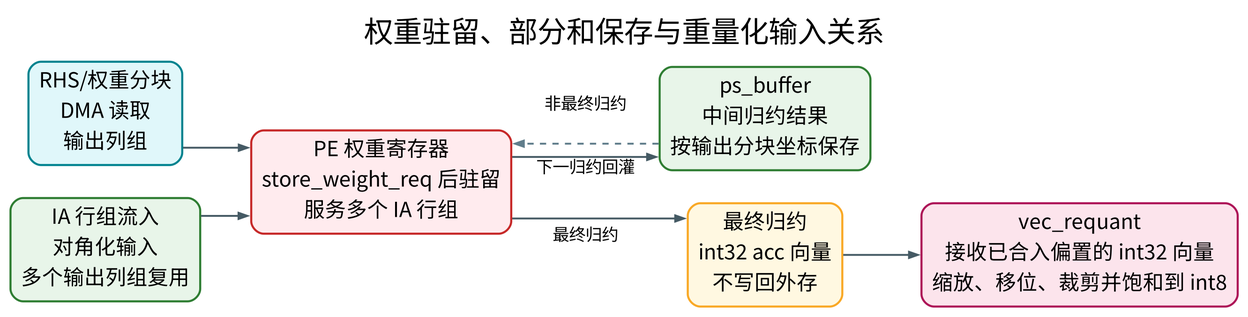
Above: veri/doc/original_docx_report_md/report_figures/rendered/dot/fig_weight_ps_requant_flow.png in EE-noob/aiEngine_integrated (Graphviz), before the change. Its source is kept beside it as veri/doc/original_docx_report_md/report_figures/dot/fig_weight_ps_requant_flow.dot. The source it was exported from:
```dot
digraph fig_weight_ps_requant_flow {
  graph [rankdir=LR,bgcolor="white",pad=0.14,nodesep=0.45,ranksep=0.65,splines=ortho,dpi=160,fontname="Noto Sans CJK SC",label="权重驻留、部分和保存与重量化输入关系",labelloc=t,fontsize=28];
  node [shape=box,style="rounded,filled",fontname="Noto Sans CJK SC",fontsize=20,margin="0.14,0.08",penwidth=2.0,color="#455A64"];
  edge [fontname="Noto Sans CJK SC",fontsize=16,penwidth=1.8,arrowsize=0.85,color="#455A64"];
  rhs [label="RHS/权重分块\nDMA 读取\n输出列组",fillcolor="#E0F7FA",color="#00838F"];
  pe [label="PE 权重寄存器\nstore_weight_req 后驻留\n服务多个 IA 行组",fillcolor="#FFEBEE",color="#C62828"];
  ia [label="IA 行组流入\n对角化输入\n多个输出列组复用",fillcolor="#E8F5E9",color="#2E7D32"];
  ps [label="ps_buffer\n中间归约结果\n按输出分块坐标保存",fillcolor="#E8F5E9",color="#2E7D32"];
  final [label="最终归约\nint32 acc 向量\n不写回外存",fillcolor="#FFF8E1",color="#F9A825"];
  rq [label="vec_requant\n接收已合入偏置的 int32 向量\n缩放、移位、裁剪并饱和到 int8",fillcolor="#FCE4EC",color="#AD1457"];
  rhs -> pe;
  ia -> pe;
  pe -> ps [label="非最终归约"];
  ps -> pe [label="下一归约回灌",style=dashed,color="#607D8B"];
  pe -> final [label="最终归约"];
  final -> rq;
}
```
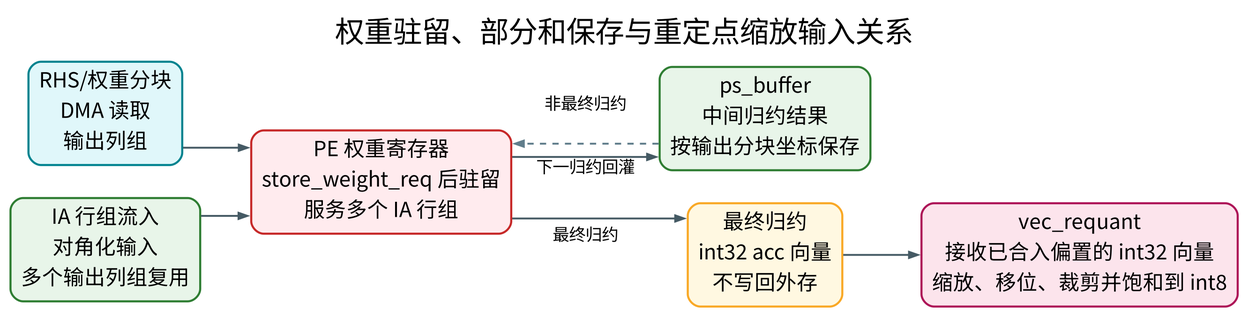
After the change.

Diff of the diagram source:
```diff
@@ -1,5 +1,5 @@
 digraph fig_weight_ps_requant_flow {
-  graph [rankdir=LR,bgcolor="white",pad=0.14,nodesep=0.45,ranksep=0.65,splines=ortho,dpi=160,fontname="Noto Sans CJK SC",label="权重驻留、部分和保存与重量化输入关系",labelloc=t,fontsize=28];
+  graph [rankdir=LR,bgcolor="white",pad=0.14,nodesep=0.45,ranksep=0.65,splines=ortho,dpi=160,fontname="Noto Sans CJK SC",label="权重驻留、部分和保存与重定点缩放输入关系",labelloc=t,fontsize=28];
   node [shape=box,style="rounded,filled",fontname="Noto Sans CJK SC",fontsize=20,margin="0.14,0.08",penwidth=2.0,color="#455A64"];
   edge [fontname="Noto Sans CJK SC",fontsize=16,penwidth=1.8,arrowsize=0.85,color="#455A64"];
   rhs [label="RHS/权重分块\nDMA 读取\n输出列组",fillcolor="#E0F7FA",color="#00838F"];
```
